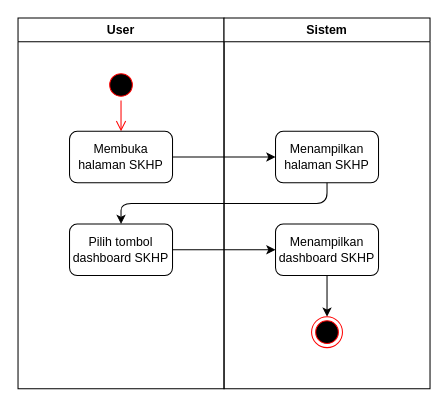
Earlier version of the draw.io diagram SKHP/dashboardSKHP.drawio (rismanrhz/idms). Source tidied: cells renumbered, new cells numbered last; positions are measured from the earlier drawing's top-left corner, leaving out a move shared by most shapes. Both pictures are drawn from the tidied source at 103%, with x=0, y=0 at pixel (18, 18).
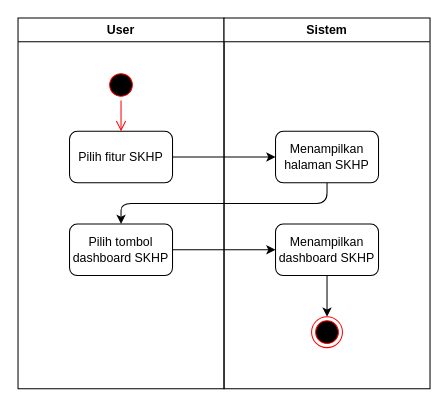
After the change.

The edit, as a diff of the source:
```diff
@@
 <mxGraphModel>
   <root>
     <mxCell id="0" />
     <mxCell id="1" parent="0" />
     <mxCell id="2" value="User" style="swimlane;whiteSpace=wrap;html=1;" parent="1" vertex="1">
       <mxGeometry width="200" height="360" as="geometry" />
     </mxCell>
     <mxCell id="3" style="ellipse;html=1;shape=startState;fillColor=#000000;strokeColor=#ff0000;" parent="2" vertex="1">
       <mxGeometry x="85" y="50" width="30" height="30" as="geometry" />
     </mxCell>
     <mxCell id="4" style="edgeStyle=orthogonalEdgeStyle;html=1;verticalAlign=bottom;endArrow=open;endSize=8;strokeColor=#ff0000;entryX=0.5;entryY=0;entryDx=0;entryDy=0;" parent="2" edge="1" source="3" target="5">
       <mxGeometry relative="1" as="geometry" />
     </mxCell>
-    <mxCell id="5" value="Membuka halaman SKHP" style="rounded=1;whiteSpace=wrap;html=1;" parent="2" vertex="1">
+    <mxCell id="5" value="Pilih fitur SKHP" style="rounded=1;whiteSpace=wrap;html=1;" parent="2" vertex="1">
       <mxGeometry x="50" y="110" width="100" height="50" as="geometry" />
     </mxCell>
     <mxCell id="6" value="Pilih tombol dashboard SKHP" style="rounded=1;whiteSpace=wrap;html=1;" parent="2" vertex="1">
       <mxGeometry x="50" y="200" width="100" height="50" as="geometry" />
     </mxCell>
     <mxCell id="7" value="Sistem" style="swimlane;whiteSpace=wrap;html=1;startSize=23;" parent="1" vertex="1">
       <mxGeometry x="200" width="200" height="360" as="geometry" />
     </mxCell>
     <mxCell id="8" value="Menampilkan halaman SKHP" style="rounded=1;whiteSpace=wrap;html=1;" parent="7" vertex="1">
       <mxGeometry x="50" y="110" width="100" height="50" as="geometry" />
     </mxCell>
     <mxCell id="9" style="edgeStyle=none;html=1;" parent="7" edge="1" source="10" target="11">
       <mxGeometry relative="1" as="geometry" />
     </mxCell>
     <mxCell id="10" value="Menampilkan dashboard SKHP" style="rounded=1;whiteSpace=wrap;html=1;" parent="7" vertex="1">
       <mxGeometry x="50" y="200" width="100" height="50" as="geometry" />
     </mxCell>
     <mxCell id="11" style="ellipse;html=1;shape=endState;fillColor=#000000;strokeColor=#ff0000;" parent="7" vertex="1">
       <mxGeometry x="85" y="290" width="30" height="30" as="geometry" />
     </mxCell>
     <mxCell id="12" style="edgeStyle=none;html=1;" parent="1" edge="1" source="5" target="8">
       <mxGeometry relative="1" as="geometry" />
     </mxCell>
     <mxCell id="13" style="edgeStyle=none;html=1;exitX=0.5;exitY=1;exitDx=0;exitDy=0;entryX=0.5;entryY=0;entryDx=0;entryDy=0;" parent="1" edge="1" source="8" target="6">
       <mxGeometry relative="1" as="geometry">
         <Array as="points">
           <mxPoint x="300" y="180" />
           <mxPoint x="100" y="180" />
         </Array>
       </mxGeometry>
     </mxCell>
     <mxCell id="14" style="edgeStyle=none;html=1;" parent="1" edge="1" source="6" target="10">
       <mxGeometry relative="1" as="geometry" />
     </mxCell>
   </root>
 </mxGraphModel>
```
